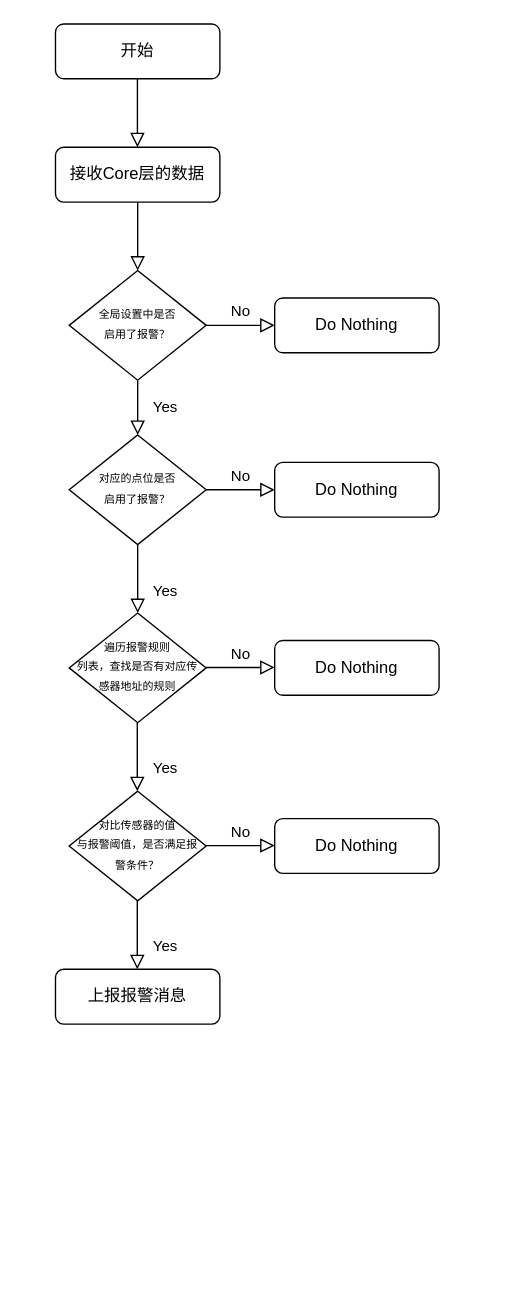
This is opcda-service-stream.drawio from wangpei-nice/draw.io, a draw.io file, before an edit. Source tidied: cells renumbered, new cells numbered last; positions are measured from the earlier drawing's top-left corner, leaving out a move shared by most shapes. Both pictures are drawn from the tidied source at 137%, with x=0, y=0 at pixel (55, 23).
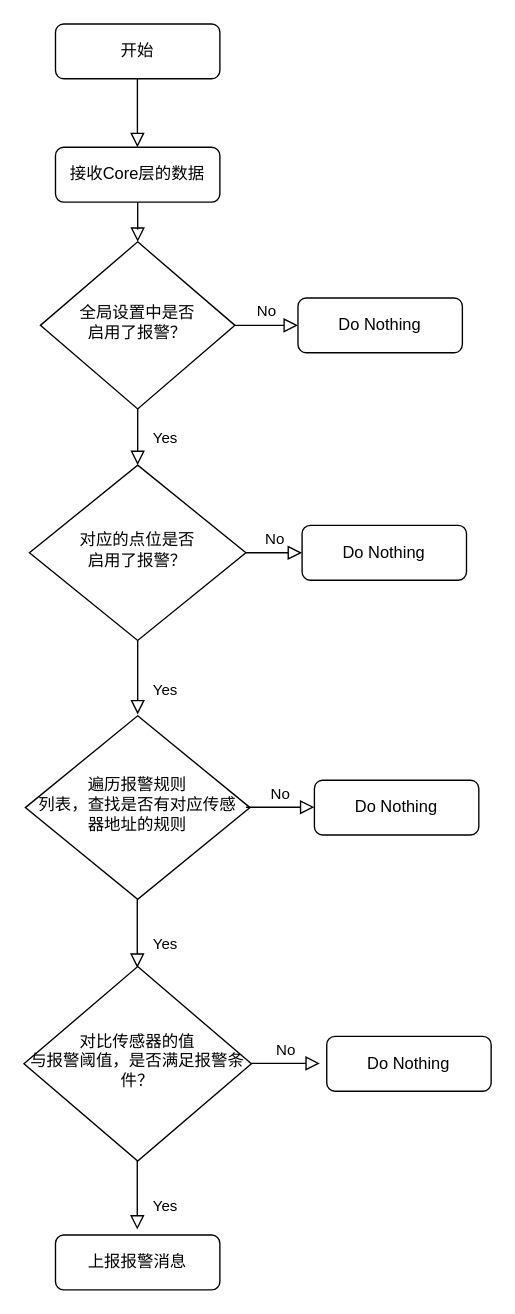
The same page after the edit.

The edit, as a diff of the source:
```diff
@@
-    <mxCell id="6" value="&lt;font style=&quot;font-size: 8px;&quot;&gt;全局设置中是否&lt;br&gt;启用了报警？&lt;/font&gt;" style="rhombus;whiteSpace=wrap;html=1;shadow=0;fontFamily=Helvetica;fontSize=12;align=center;strokeWidth=1;spacing=6;spacingTop=-4;" parent="1" vertex="1">
-      <mxGeometry x="10" y="180" width="100" height="80" as="geometry" />
+    <mxCell id="6" value="&lt;font style=&quot;font-size: 12px;&quot;&gt;全局设置中是否&lt;br&gt;启用了报警？&lt;/font&gt;" style="rhombus;whiteSpace=wrap;html=1;shadow=0;fontFamily=Helvetica;fontSize=12;align=center;strokeWidth=1;spacing=6;spacingTop=-4;" parent="1" vertex="1">
+      <mxGeometry x="-11" y="159" width="142" height="122" as="geometry" />
     </mxCell>
     <mxCell id="7" value="Do Nothing" style="rounded=1;whiteSpace=wrap;html=1;fontSize=12;glass=0;strokeWidth=1;shadow=0;" parent="1" vertex="1">
-      <mxGeometry x="160" y="200" width="120" height="40" as="geometry" />
+      <mxGeometry x="177" y="200" width="120" height="40" as="geometry" />
     </mxCell>
     <mxCell id="8" value="Yes" style="rounded=0;html=1;jettySize=auto;fontSize=11;endArrow=block;endFill=0;endSize=8;strokeWidth=1;shadow=0;labelBackgroundColor=none;edgeStyle=orthogonalEdgeStyle;" parent="1" edge="1" source="10">
       <mxGeometry x="0.33" y="20" relative="1" as="geometry">
-        <mxPoint x="60" y="430" as="targetPoint" />
+        <mxPoint x="60" y="504" as="targetPoint" />
       </mxGeometry>
     </mxCell>
@@
-    <mxCell id="10" value="&lt;span style=&quot;font-size: 8px;&quot;&gt;对应的点位是否&lt;br&gt;启用了报警？&lt;/span&gt;" style="rhombus;whiteSpace=wrap;html=1;shadow=0;fontFamily=Helvetica;fontSize=12;align=center;strokeWidth=1;spacing=6;spacingTop=-4;" parent="1" vertex="1">
-      <mxGeometry x="10" y="300" width="100" height="80" as="geometry" />
+    <mxCell id="10" value="&lt;span style=&quot;&quot;&gt;对应的点位是否&lt;br&gt;启用了报警？&lt;/span&gt;" style="rhombus;whiteSpace=wrap;html=1;shadow=0;fontFamily=Helvetica;fontSize=12;align=center;strokeWidth=1;spacing=6;spacingTop=-4;" parent="1" vertex="1">
+      <mxGeometry x="-19" y="322" width="158" height="128" as="geometry" />
     </mxCell>
     <mxCell id="11" value="上报报警消息" style="rounded=1;whiteSpace=wrap;html=1;fontSize=12;glass=0;strokeWidth=1;shadow=0;" parent="1" vertex="1">
-      <mxGeometry y="690" width="120" height="40" as="geometry" />
+      <mxGeometry y="884" width="120" height="40" as="geometry" />
     </mxCell>
     <mxCell id="12" value="Do Nothing" style="rounded=1;whiteSpace=wrap;html=1;fontSize=12;glass=0;strokeWidth=1;shadow=0;" parent="1" vertex="1">
-      <mxGeometry x="160" y="320" width="120" height="40" as="geometry" />
+      <mxGeometry x="180" y="366" width="120" height="40" as="geometry" />
     </mxCell>
@@
-    <mxCell id="15" value="&lt;font style=&quot;font-size: 8px;&quot;&gt;遍历报警规则&lt;/font&gt;&lt;br style=&quot;border-color: var(--border-color); font-size: 8px;&quot;&gt;&lt;span style=&quot;font-size: 8px;&quot;&gt;列表，查找是否有对应传感器地址的规则&lt;/span&gt;" style="rhombus;whiteSpace=wrap;html=1;shadow=0;fontFamily=Helvetica;fontSize=12;align=center;strokeWidth=1;spacing=6;spacingTop=-4;" parent="1" vertex="1">
-      <mxGeometry x="10" y="430" width="100" height="80" as="geometry" />
+    <mxCell id="15" value="&lt;font style=&quot;font-size: 12px;&quot;&gt;&lt;font style=&quot;font-size: 12px;&quot;&gt;遍历报警规则&lt;/font&gt;&lt;br style=&quot;border-color: var(--border-color);&quot;&gt;列表，查找是否有对应传感器地址的规则&lt;/font&gt;" style="rhombus;whiteSpace=wrap;html=1;shadow=0;fontFamily=Helvetica;fontSize=12;align=center;strokeWidth=1;spacing=6;spacingTop=-4;" parent="1" vertex="1">
+      <mxGeometry x="-22" y="505" width="164" height="134" as="geometry" />
     </mxCell>
     <mxCell id="16" value="Yes" style="rounded=0;html=1;jettySize=auto;orthogonalLoop=1;fontSize=11;endArrow=block;endFill=0;endSize=8;strokeWidth=1;shadow=0;labelBackgroundColor=none;edgeStyle=orthogonalEdgeStyle;" parent="1" edge="1">
       <mxGeometry x="0.33" y="20" relative="1" as="geometry">
-        <mxPoint x="59.7" y="510" as="sourcePoint" />
-        <mxPoint x="59.7" y="560" as="targetPoint" />
+        <mxPoint x="59.7" y="639" as="sourcePoint" />
+        <mxPoint x="59.7" y="689" as="targetPoint" />
       </mxGeometry>
     </mxCell>
     <mxCell id="17" value="Do Nothing" style="rounded=1;whiteSpace=wrap;html=1;fontSize=12;glass=0;strokeWidth=1;shadow=0;" parent="1" vertex="1">
-      <mxGeometry x="160" y="450" width="120" height="40" as="geometry" />
+      <mxGeometry x="189" y="552" width="120" height="40" as="geometry" />
     </mxCell>
     <mxCell id="18" value="No" style="edgeStyle=orthogonalEdgeStyle;rounded=0;html=1;jettySize=auto;orthogonalLoop=1;fontSize=11;endArrow=block;endFill=0;endSize=8;strokeWidth=1;shadow=0;labelBackgroundColor=none;" parent="1" edge="1">
       <mxGeometry y="10" relative="1" as="geometry">
-        <mxPoint x="110" y="469.7" as="sourcePoint" />
-        <mxPoint x="160" y="469.7" as="targetPoint" />
+        <mxPoint x="139" y="571.7" as="sourcePoint" />
+        <mxPoint x="189" y="571.7" as="targetPoint" />
       </mxGeometry>
     </mxCell>
-    <mxCell id="19" value="&lt;span style=&quot;font-size: 8px;&quot;&gt;对比传感器的值&lt;br&gt;与报警阈值，是否满足报警条件？&lt;/span&gt;" style="rhombus;whiteSpace=wrap;html=1;shadow=0;fontFamily=Helvetica;fontSize=12;align=center;strokeWidth=1;spacing=6;spacingTop=-4;" parent="1" vertex="1">
-      <mxGeometry x="10" y="560" width="100" height="80" as="geometry" />
+    <mxCell id="19" value="&lt;span style=&quot;&quot;&gt;对比传感器的值&lt;br&gt;与报警阈值，是否满足报警条件？&lt;/span&gt;" style="rhombus;whiteSpace=wrap;html=1;shadow=0;fontFamily=Helvetica;fontSize=12;align=center;strokeWidth=1;spacing=6;spacingTop=-4;" parent="1" vertex="1">
+      <mxGeometry x="-23" y="688" width="166" height="142" as="geometry" />
     </mxCell>
     <mxCell id="20" value="Yes" style="rounded=0;html=1;jettySize=auto;orthogonalLoop=1;fontSize=11;endArrow=block;endFill=0;endSize=8;strokeWidth=1;shadow=0;labelBackgroundColor=none;edgeStyle=orthogonalEdgeStyle;" parent="1" edge="1">
       <mxGeometry x="0.33" y="20" relative="1" as="geometry">
-        <mxPoint x="59.7" y="640" as="sourcePoint" />
-        <mxPoint x="59.7" y="690" as="targetPoint" />
+        <mxPoint x="59.7" y="830" as="sourcePoint" />
+        <mxPoint x="59.7" y="880" as="targetPoint" />
       </mxGeometry>
     </mxCell>
     <mxCell id="21" value="Do Nothing" style="rounded=1;whiteSpace=wrap;html=1;fontSize=12;glass=0;strokeWidth=1;shadow=0;" parent="1" vertex="1">
-      <mxGeometry x="160" y="580" width="120" height="40" as="geometry" />
+      <mxGeometry x="198" y="739" width="120" height="40" as="geometry" />
     </mxCell>
     <mxCell id="22" value="No" style="edgeStyle=orthogonalEdgeStyle;rounded=0;html=1;jettySize=auto;orthogonalLoop=1;fontSize=11;endArrow=block;endFill=0;endSize=8;strokeWidth=1;shadow=0;labelBackgroundColor=none;" parent="1" edge="1">
       <mxGeometry y="10" relative="1" as="geometry">
-        <mxPoint x="110" y="599.7" as="sourcePoint" />
-        <mxPoint x="160" y="599.7" as="targetPoint" />
+        <mxPoint x="143" y="758.7" as="sourcePoint" />
+        <mxPoint x="193" y="758.7" as="targetPoint" />
       </mxGeometry>
     </mxCell>
```
